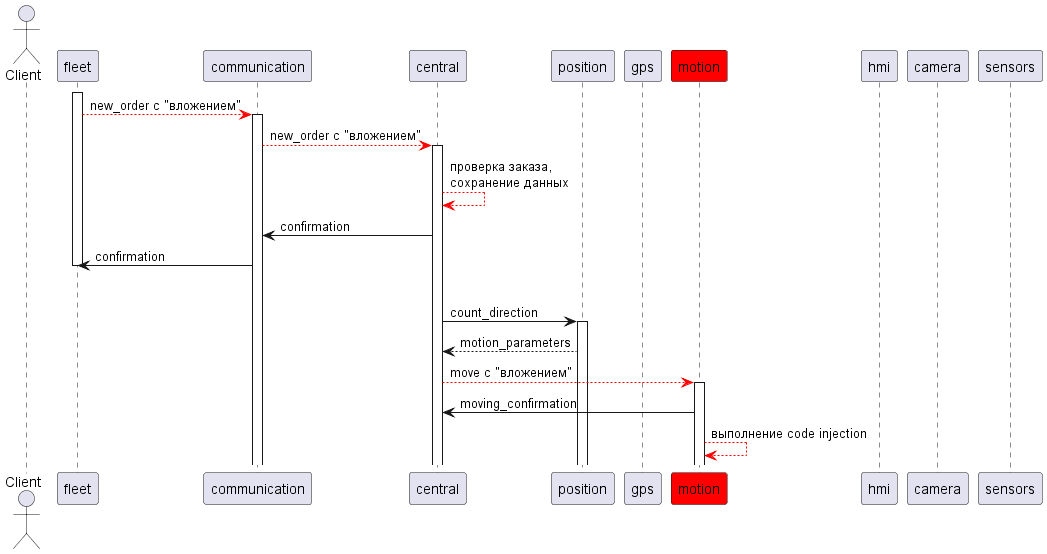
Fishonground/Delivery keeps this PlantUML diagram as pics/sd_8.png. Above is the earlier version. Source of this version:
```plantuml
@startuml
actor "Client" as c
participant fleet
participant communication
participant central
participant position
participant gps
participant motion #red
participant hmi
participant camera
participant sensors


fleet++
fleet -[#red]-> communication++: new_order с "вложением"
communication -[#red]-> central++: new_order с "вложением"
central -[#red]-> central: проверка заказа,\nсохранение данных
central -> communication: confirmation
communication -> fleet: confirmation
fleet --
loop движение к заданной точке x1,y1, пока не достигнем ее
central -> position++: count_direction
position --> central: motion_parameters
central -[#red]-> motion++: move с "вложением"
motion -> central: moving_confirmation

motion -[#red]-> motion: выполнение code injection

@enduml
```
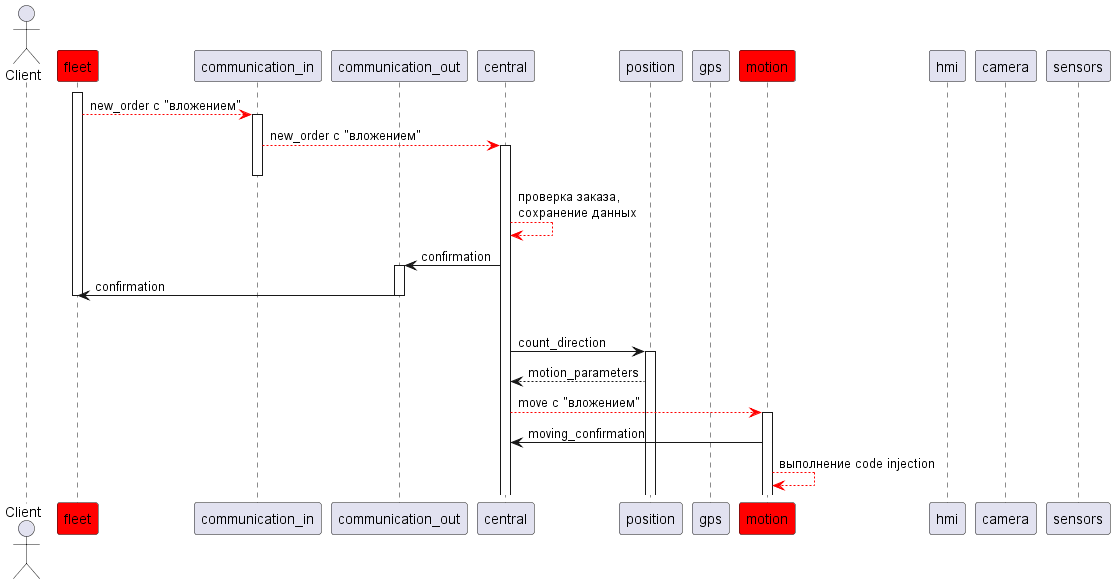
After the commit.

Change to the diagram source:
```diff
@@ -1,7 +1,8 @@
 @startuml
 actor "Client" as c
-participant fleet
-participant communication
+participant fleet #red
+participant communication_in
+participant communication_out
 participant central
 participant position
 participant gps
@@ -12,11 +13,13 @@
 
 
 fleet++
-fleet -[#red]-> communication++: new_order с "вложением"
-communication -[#red]-> central++: new_order с "вложением"
+fleet -[#red]-> communication_in++: new_order с "вложением"
+communication_in -[#red]-> central++: new_order с "вложением"
+communication_in--
 central -[#red]-> central: проверка заказа,\nсохранение данных
-central -> communication: confirmation
-communication -> fleet: confirmation
+central -> communication_out++: confirmation
+communication_out -> fleet: confirmation
+communication_out--
 fleet --
 loop движение к заданной точке x1,y1, пока не достигнем ее
 central -> position++: count_direction
```
